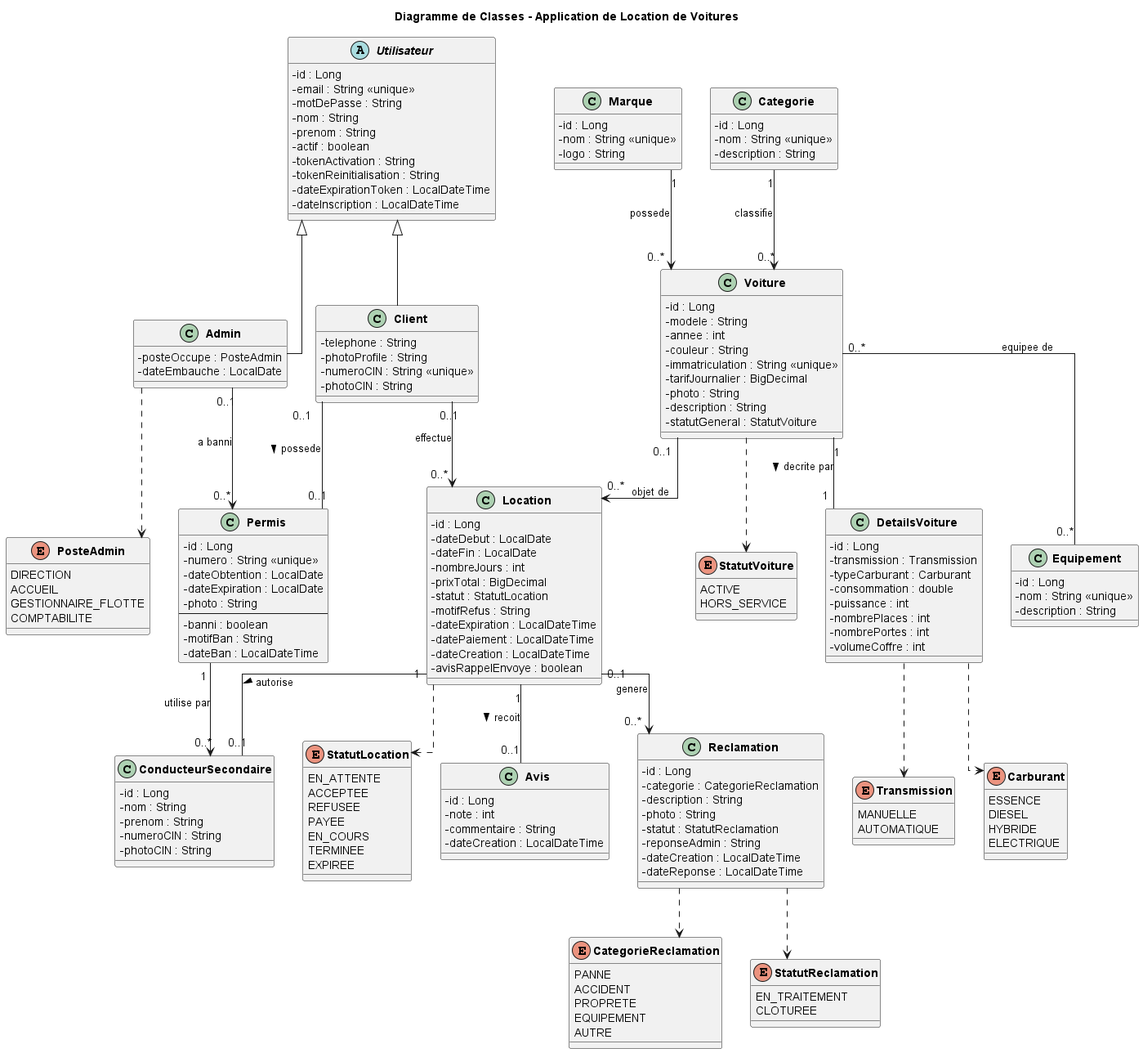
Above: diagrammes/DiagrammeClasses.png in medabrd/springBoot-systemDeLocationsVoitures (PlantUML), before the change.
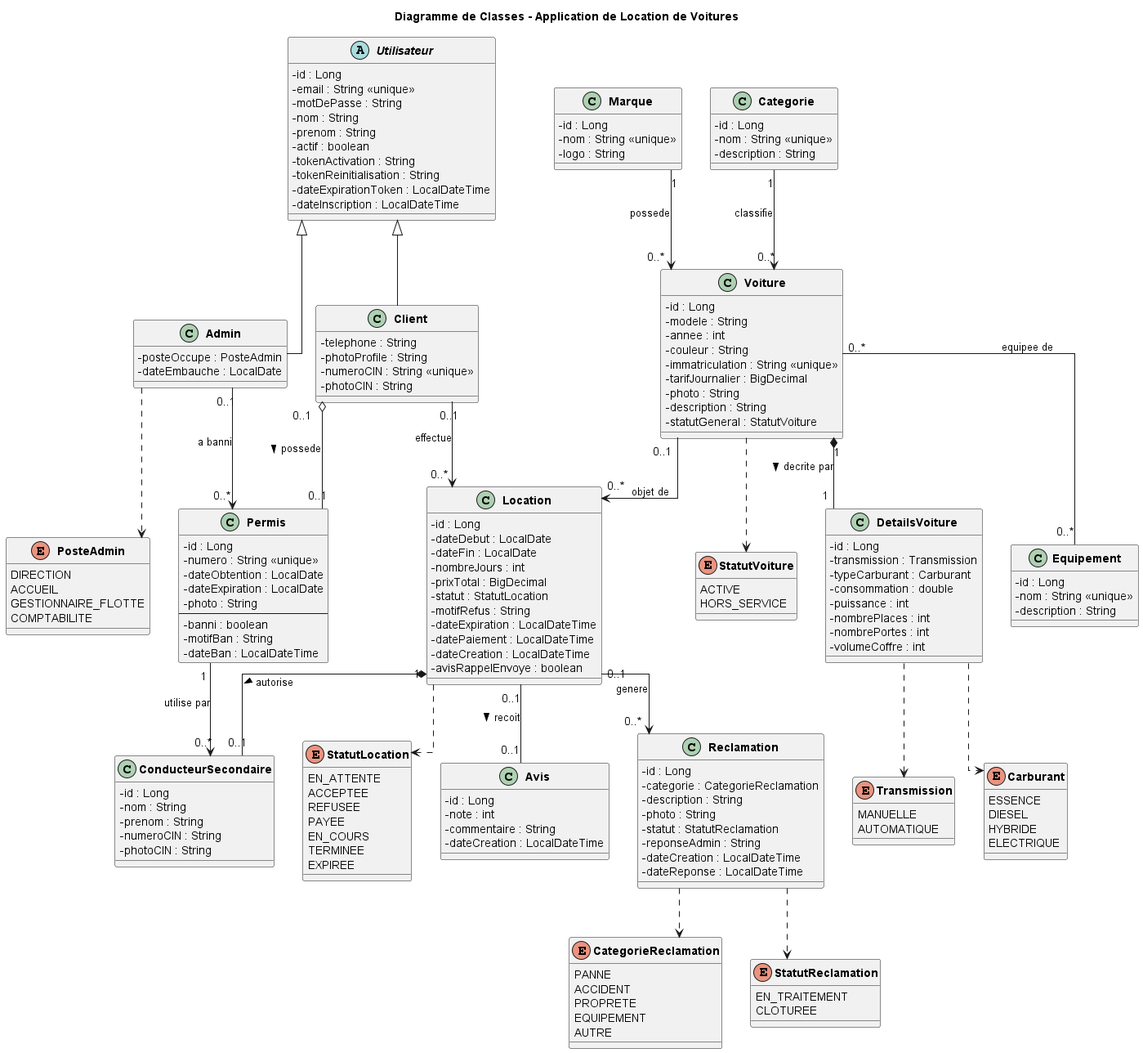
After the commit.

Commit message:
Fix class diagram: cardinality and lifecycle semantics

What changed in the source:
```diff
@@ -177,10 +177,12 @@
 Utilisateur <|-- Admin
 
 
-Client "0..1" -- "0..1" Permis : possede >
-Voiture "1" -- "1" DetailsVoiture : decrite par >
-Location "1" -- "0..1" Avis : recoit >
-Location "1" -- "0..1" ConducteurSecondaire : autorise >
+Voiture "1" *-- "1" DetailsVoiture : decrite par >
+Location "1" *-- "0..1" ConducteurSecondaire : autorise >
+
+Client "0..1" o-- "0..1" Permis : possede >
+
+Location "0..1" -- "0..1" Avis : recoit >
 
 Marque "1" --> "0..*" Voiture : possede
 Categorie "1" --> "0..*" Voiture : classifie
```
